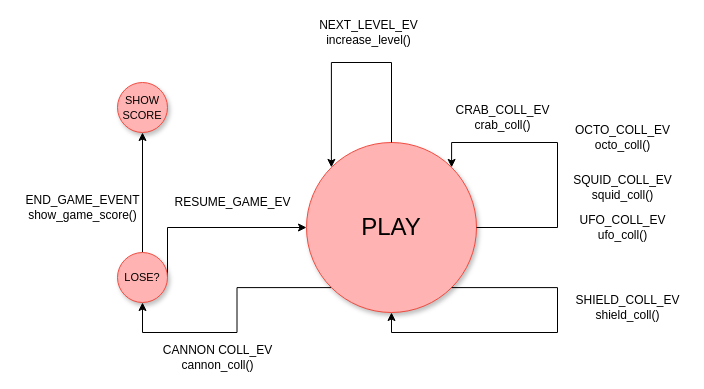
Earlier version of the draw.io diagram Backend/play_sketch.dio (KevinWahle/Programacion-1-TP-Integrador). Source tidied: cells renumbered, new cells numbered last; positions are measured from the earlier drawing's top-left corner, leaving out a move shared by most shapes. Both pictures are drawn from the tidied source at 100%, with x=0, y=0 at pixel (17, 17).
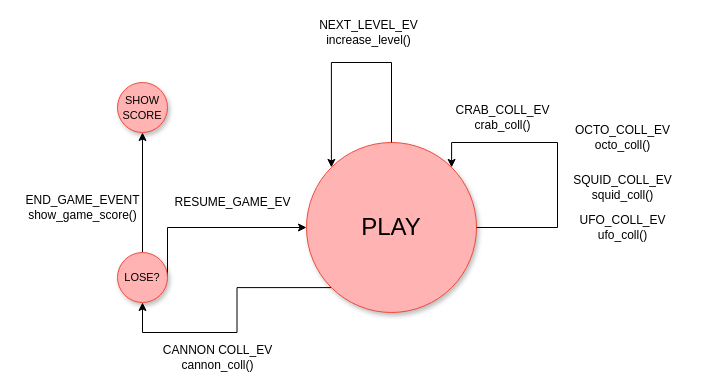
After the change.

Unchanged cells that the change refers to:
```xml
<mxCell id="3" value="&lt;font style=&quot;font-size: 24px&quot;&gt;PLAY&lt;/font&gt;" style="ellipse;whiteSpace=wrap;html=1;shadow=1;fillColor=#FFB3B3;strokeColor=#F04A3E;" parent="1" vertex="1">
  <mxGeometry x="289" y="125" width="170" height="170" as="geometry" />
</mxCell>
```

Diff of the diagram source:
```diff
@@
-    <mxCell id="9" style="edgeStyle=orthogonalEdgeStyle;rounded=0;orthogonalLoop=1;jettySize=auto;html=1;exitX=1;exitY=1;exitDx=0;exitDy=0;entryX=0.5;entryY=1;entryDx=0;entryDy=0;" parent="1" edge="1" source="3" target="3">
-      <mxGeometry relative="1" as="geometry">
-        <Array as="points">
-          <mxPoint x="540" y="270" />
-          <mxPoint x="540" y="315" />
-          <mxPoint x="374" y="315" />
-        </Array>
-      </mxGeometry>
-    </mxCell>
-    <mxCell id="10" value="SHIELD_COLL_EV&lt;br&gt;shield_coll()" style="text;html=1;align=center;verticalAlign=middle;" parent="1" vertex="1">
-      <mxGeometry x="550" y="275" width="120" height="30" as="geometry" />
-    </mxCell>
```
